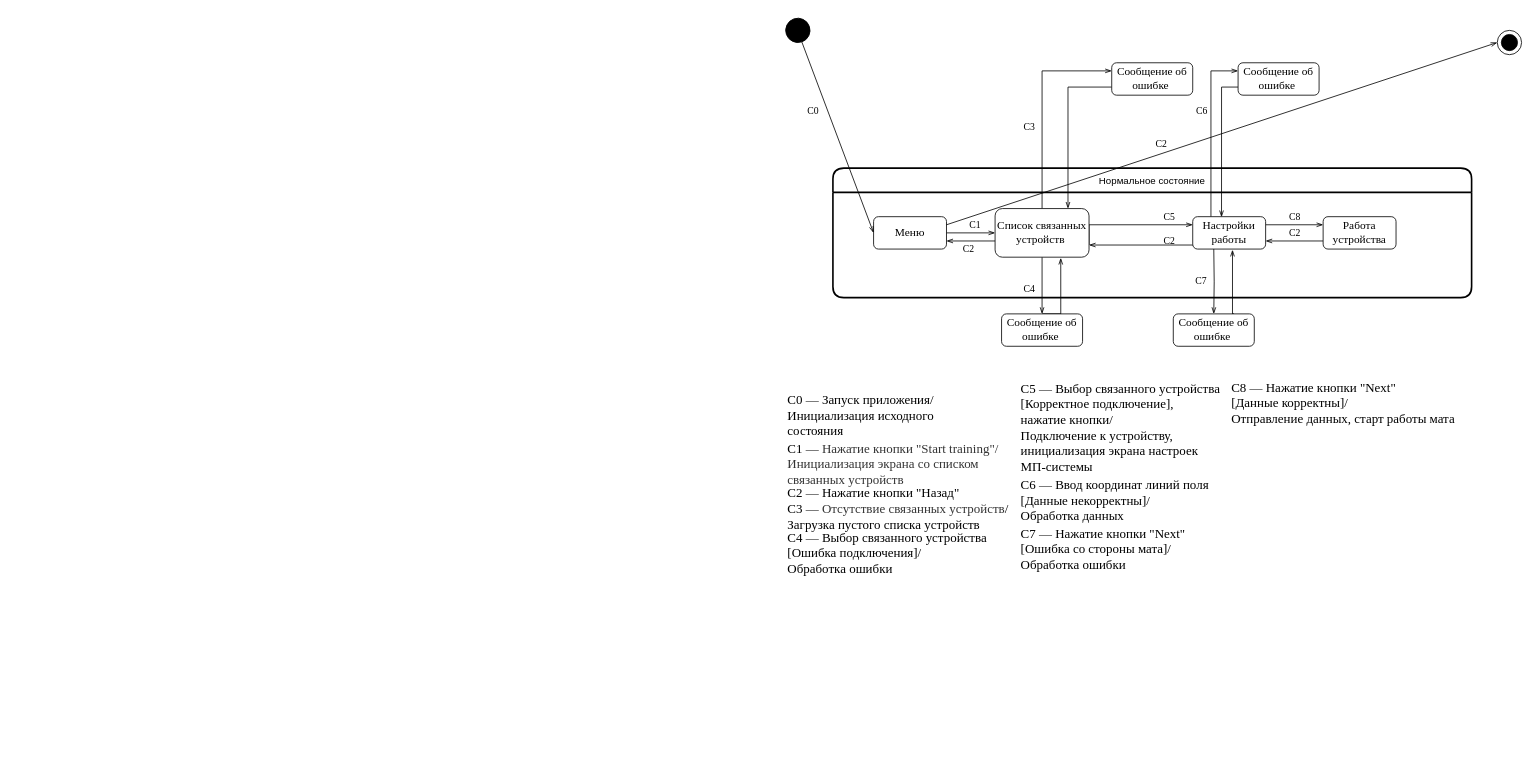
moroz-matros/badminton_training_diplom keeps this draw.io diagram as наброски/состояния интерфейса.drawio. Above is the earlier version. Source tidied: cells renumbered, new cells numbered last; positions are measured from the earlier drawing's top-left corner, leaving out a move shared by most shapes. Both pictures are drawn from the tidied source at 81%, with x=0, y=0 at pixel (786, 18).
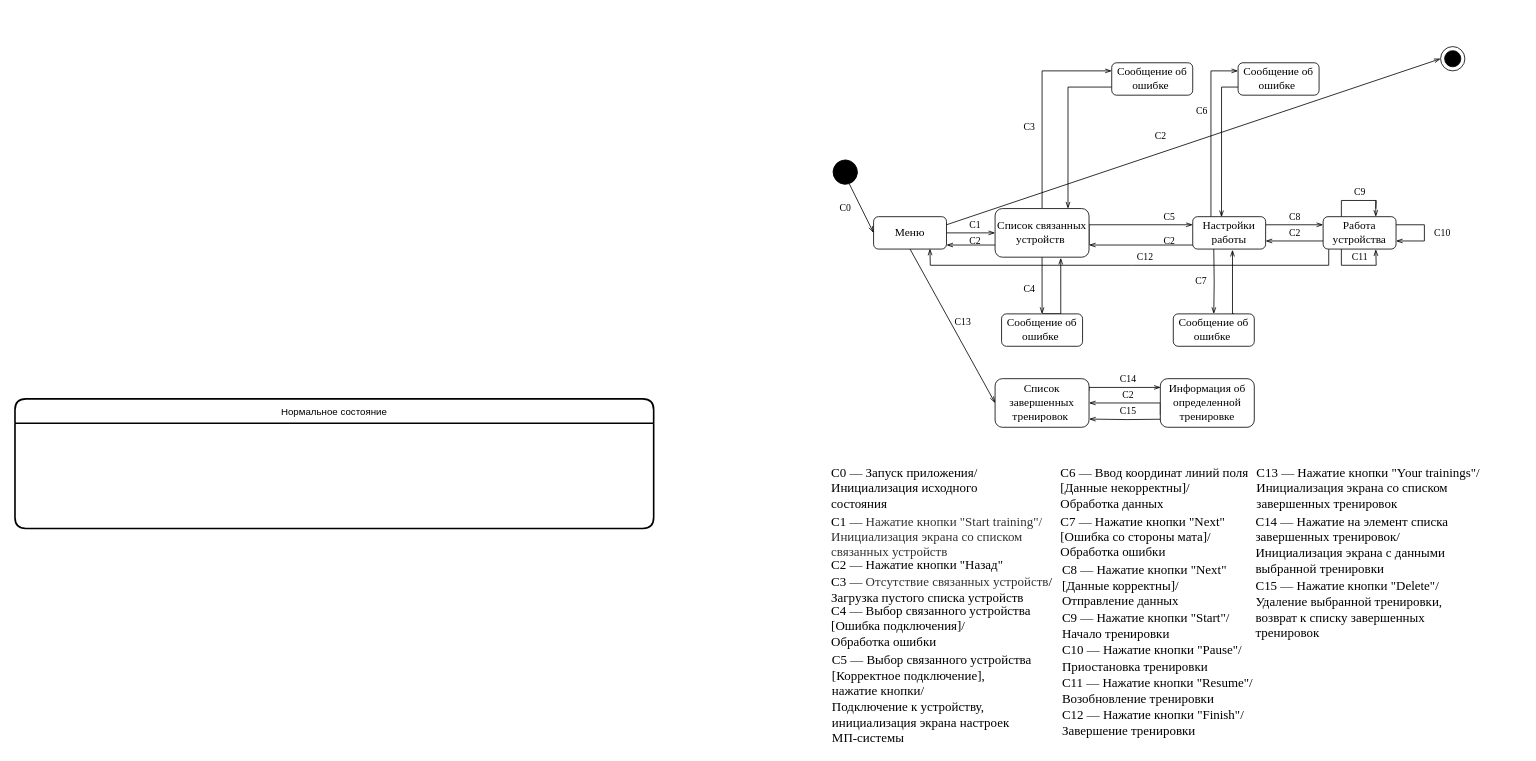
Above is the later version.

Unchanged cells that the change refers to:
```xml
<mxCell id="6" value="Меню" style="rounded=1;whiteSpace=wrap;html=1;fontFamily=Times New Roman;fontSize=14;" parent="1" vertex="1">
  <mxGeometry x="108" y="245" width="90" height="40" as="geometry" />
</mxCell>
<mxCell id="13" value="Список связанных устройств&amp;nbsp;" style="rounded=1;whiteSpace=wrap;html=1;fontFamily=Times New Roman;fontSize=14;" parent="1" vertex="1">
  <mxGeometry x="258" y="235" width="116" height="60" as="geometry" />
</mxCell>
<mxCell id="38" value="Работа устройства" style="rounded=1;whiteSpace=wrap;html=1;fontFamily=Times New Roman;fontSize=14;" parent="1" vertex="1">
  <mxGeometry x="663" y="245" width="90" height="40" as="geometry" />
</mxCell>
```

What changed in the source:
```diff
@@
     <mxCell id="2" style="ellipse;whiteSpace=wrap;html=1;" parent="1" vertex="1">
-      <mxGeometry x="878" y="15" width="30" height="30" as="geometry" />
+      <mxGeometry x="808" y="35" width="30" height="30" as="geometry" />
     </mxCell>
     <mxCell id="3" style="ellipse;whiteSpace=wrap;html=1;fillColor=#000000;" parent="1" vertex="1">
-      <mxGeometry x="883" y="20" width="20" height="20" as="geometry" />
+      <mxGeometry x="813" y="40" width="20" height="20" as="geometry" />
     </mxCell>
     <mxCell id="4" style="ellipse;whiteSpace=wrap;html=1;rotation=26;fillColor=#000000;" parent="1" vertex="1">
-      <mxGeometry x="-0.5" width="30" height="30" as="geometry" />
+      <mxGeometry x="58" y="175" width="30" height="30" as="geometry" />
     </mxCell>
@@
     <mxCell id="7" value="С0" style="text;html=1;align=center;verticalAlign=middle;fontSize=12;fontFamily=Times New Roman;" parent="1" vertex="1">
-      <mxGeometry x="18" y="105" width="30" height="20" as="geometry" />
+      <mxGeometry x="58" y="225" width="30" height="20" as="geometry" />
     </mxCell>
@@
-    <mxCell id="9" style="edgeStyle=orthogonalEdgeStyle;rounded=0;jettySize=auto;html=1;exitX=0;exitY=0.75;exitDx=0;exitDy=0;entryX=1;entryY=0.75;entryDx=0;entryDy=0;endArrow=openThin;endFill=0;fontFamily=Times New Roman;fontSize=12;" parent="1" edge="1" source="13" target="6">
+    <mxCell id="9" style="edgeStyle=orthogonalEdgeStyle;rounded=0;jettySize=auto;html=1;exitX=0;exitY=0.75;exitDx=0;exitDy=0;endArrow=openThin;endFill=0;fontFamily=Times New Roman;fontSize=12;" parent="1" edge="1" source="13">
       <mxGeometry relative="1" as="geometry">
+        <mxPoint x="198" y="280" as="targetPoint" />
         <Array as="points">
-          <mxPoint x="302" y="275" />
+          <mxPoint x="198" y="280" />
         </Array>
       </mxGeometry>
     </mxCell>
@@
     <mxCell id="19" value="С0&amp;nbsp;&lt;span style=&quot;color: rgb(51, 51, 51); font-size: 16px;&quot;&gt;&lt;font style=&quot;font-size: 16px;&quot;&gt;—&amp;nbsp;&lt;/font&gt;&lt;/span&gt;Запуск приложения/&lt;br style=&quot;font-size: 16px;&quot;&gt;Инициализация исходного&amp;nbsp;&lt;br style=&quot;font-size: 16px;&quot;&gt;состояния" style="text;html=1;align=left;verticalAlign=middle;fontSize=16;fontFamily=Times New Roman;" parent="1" vertex="1">
-      <mxGeometry x="-0.5" y="460" width="200" height="60" as="geometry" />
+      <mxGeometry x="53.8" y="550" width="200" height="60" as="geometry" />
     </mxCell>
     <mxCell id="20" value="С2&amp;nbsp;&lt;span style=&quot;color: rgb(51, 51, 51); font-size: 16px;&quot;&gt;&lt;font style=&quot;font-size: 16px;&quot;&gt;—&amp;nbsp;&lt;/font&gt;&lt;/span&gt;Нажатие кнопки &quot;Назад&quot;" style="text;html=1;align=left;verticalAlign=middle;fontSize=16;fontFamily=Times New Roman;" parent="1" vertex="1">
-      <mxGeometry x="-0.5" y="575" width="230" height="20" as="geometry" />
+      <mxGeometry x="53.8" y="665" width="230" height="20" as="geometry" />
     </mxCell>
     <mxCell id="21" value="С3&amp;nbsp;&lt;span style=&quot;color: rgb(51, 51, 51); font-size: 16px;&quot;&gt;&lt;font style=&quot;font-size: 16px;&quot;&gt;— Отсутствие связанных устройств&lt;/font&gt;&lt;/span&gt;/&lt;br style=&quot;font-size: 16px;&quot;&gt;Загрузка пустого списка устройств" style="text;html=1;align=left;verticalAlign=middle;fontSize=16;fontFamily=Times New Roman;" parent="1" vertex="1">
-      <mxGeometry x="-0.5" y="595" width="290" height="40" as="geometry" />
+      <mxGeometry x="53.8" y="685" width="290" height="40" as="geometry" />
     </mxCell>
     <mxCell id="22" value="С1&amp;nbsp;&lt;span style=&quot;color: rgb(51, 51, 51); font-size: 16px;&quot;&gt;&lt;font style=&quot;font-size: 16px;&quot;&gt;— Нажатие кнопки &quot;Start training&quot;/&lt;br style=&quot;font-size: 16px;&quot;&gt;Инициализация экрана со списком&amp;nbsp;&lt;br style=&quot;font-size: 16px;&quot;&gt;связанных устройств&lt;br style=&quot;font-size: 16px;&quot;&gt;&lt;/font&gt;&lt;/span&gt;" style="text;html=1;align=left;verticalAlign=middle;fontSize=16;fontFamily=Times New Roman;" parent="1" vertex="1">
-      <mxGeometry x="-0.5" y="520" width="280" height="60" as="geometry" />
+      <mxGeometry x="53.8" y="610" width="280" height="60" as="geometry" />
     </mxCell>
     <mxCell id="23" value="С5&amp;nbsp;&lt;span style=&quot;color: rgb(51 , 51 , 51) ; font-size: 16px&quot;&gt;&lt;font style=&quot;font-size: 16px&quot;&gt;—&amp;nbsp;&lt;/font&gt;&lt;/span&gt;Выбор связанного устройства&lt;br style=&quot;font-size: 16px&quot;&gt;[Корректное подключение], &lt;br&gt;нажатие кнопки/&lt;br style=&quot;font-size: 16px&quot;&gt;Подключение к устройству,&amp;nbsp;&lt;br style=&quot;font-size: 16px&quot;&gt;инициализация экрана настроек&lt;br style=&quot;font-size: 16px&quot;&gt;МП-системы" style="text;html=1;align=left;verticalAlign=middle;fontSize=16;fontFamily=Times New Roman;" parent="1" vertex="1">
-      <mxGeometry x="288" y="445" width="260" height="120" as="geometry" />
+      <mxGeometry x="54.5" y="780" width="260" height="120" as="geometry" />
     </mxCell>
     <mxCell id="24" value="С6&amp;nbsp;&lt;span style=&quot;color: rgb(51, 51, 51); font-size: 16px;&quot;&gt;&lt;font style=&quot;font-size: 16px;&quot;&gt;—&amp;nbsp;&lt;/font&gt;&lt;/span&gt;Ввод координат линий поля&lt;br style=&quot;font-size: 16px;&quot;&gt;[Данные некорректны]/&lt;br style=&quot;font-size: 16px;&quot;&gt;Обработка данных" style="text;html=1;align=left;verticalAlign=middle;fontSize=16;fontFamily=Times New Roman;" parent="1" vertex="1">
-      <mxGeometry x="288" y="565" width="250" height="60" as="geometry" />
+      <mxGeometry x="337.1" y="550" width="250" height="60" as="geometry" />
     </mxCell>
     <mxCell id="25" value="С2" style="text;html=1;align=center;verticalAlign=middle;fontSize=12;fontFamily=Times New Roman;" parent="1" vertex="1">
-      <mxGeometry x="209.5" y="275" width="30" height="20" as="geometry" />
+      <mxGeometry x="218" y="265" width="30" height="20" as="geometry" />
     </mxCell>
@@
     <mxCell id="28" value="С2" style="text;html=1;align=center;verticalAlign=middle;fontSize=12;fontFamily=Times New Roman;" parent="1" vertex="1">
-      <mxGeometry x="448" y="145" width="30" height="20" as="geometry" />
+      <mxGeometry x="447.1" y="135" width="30" height="20" as="geometry" />
     </mxCell>
@@
     <mxCell id="31" value="Нормальное состояние" style="swimlane;horizontal=1;startSize=30;rounded=1;fontSize=12;fontStyle=0;strokeWidth=2;shadow=0;dashed=0;align=center;fillColor=none;" parent="1" vertex="1">
-      <mxGeometry x="57.8" y="185" width="788.5" height="160" as="geometry" />
+      <mxGeometry x="-952" y="470" width="788.5" height="160" as="geometry" />
     </mxCell>
@@
+    <mxCell id="51" style="edgeStyle=orthogonalEdgeStyle;rounded=0;jettySize=auto;html=1;exitX=0.25;exitY=0;exitDx=0;exitDy=0;endArrow=none;endFill=0;" parent="1" edge="1" source="38">
+      <mxGeometry relative="1" as="geometry">
+        <mxPoint x="728" y="235" as="targetPoint" />
+      </mxGeometry>
+    </mxCell>
+    <mxCell id="52" style="edgeStyle=orthogonalEdgeStyle;rounded=0;jettySize=auto;html=1;exitX=0.25;exitY=1;exitDx=0;exitDy=0;endArrow=openThin;endFill=0;" parent="1" edge="1" source="38">
+      <mxGeometry relative="1" as="geometry">
+        <mxPoint x="728" y="285.3" as="targetPoint" />
+      </mxGeometry>
+    </mxCell>
+    <mxCell id="53" style="edgeStyle=orthogonalEdgeStyle;rounded=0;orthogonalLoop=1;jettySize=auto;html=1;exitX=1;exitY=0.25;exitDx=0;exitDy=0;endArrow=openThin;endFill=0;entryX=1;entryY=0.75;entryDx=0;entryDy=0;" parent="1" edge="1" source="38" target="38">
+      <mxGeometry relative="1" as="geometry">
+        <Array as="points">
+          <mxPoint x="788" y="255" />
+          <mxPoint x="788" y="275" />
+        </Array>
+      </mxGeometry>
+    </mxCell>
+    <mxCell id="54" style="edgeStyle=orthogonalEdgeStyle;rounded=0;jettySize=auto;html=1;exitX=0.077;exitY=1.008;exitDx=0;exitDy=0;endArrow=none;endFill=0;exitPerimeter=0;" parent="1" edge="1" source="38">
+      <mxGeometry relative="1" as="geometry">
+        <mxPoint x="178" y="305" as="targetPoint" />
+        <Array as="points">
+          <mxPoint x="670" y="305" />
+          <mxPoint x="428" y="305" />
+        </Array>
+      </mxGeometry>
+    </mxCell>
@@
-    <mxCell id="41" value="С8&amp;nbsp;&lt;span style=&quot;color: rgb(51, 51, 51); font-size: 16px;&quot;&gt;&lt;font style=&quot;font-size: 16px;&quot;&gt;—&amp;nbsp;&lt;/font&gt;&lt;/span&gt;Нажатие кнопки &quot;Next&quot;&lt;br style=&quot;font-size: 16px;&quot;&gt;[Данные корректны]/&lt;br style=&quot;font-size: 16px;&quot;&gt;Отправление данных, старт работы мата" style="text;html=1;align=left;verticalAlign=middle;fontSize=16;fontFamily=Times New Roman;" parent="1" vertex="1">
-      <mxGeometry x="548" y="445" width="290" height="60" as="geometry" />
+    <mxCell id="41" value="С8&amp;nbsp;&lt;span style=&quot;color: rgb(51 , 51 , 51) ; font-size: 16px&quot;&gt;&lt;font style=&quot;font-size: 16px&quot;&gt;—&amp;nbsp;&lt;/font&gt;&lt;/span&gt;Нажатие кнопки &quot;Next&quot;&lt;br style=&quot;font-size: 16px&quot;&gt;[Данные корректны]/&lt;br style=&quot;font-size: 16px&quot;&gt;Отправление данных" style="text;html=1;align=left;verticalAlign=middle;fontSize=16;fontFamily=Times New Roman;" parent="1" vertex="1">
+      <mxGeometry x="338.9" y="670" width="220" height="60" as="geometry" />
     </mxCell>
     <mxCell id="42" value="С4&amp;nbsp;&lt;span style=&quot;color: rgb(51, 51, 51); font-size: 16px;&quot;&gt;&lt;font style=&quot;font-size: 16px;&quot;&gt;—&amp;nbsp;&lt;/font&gt;&lt;/span&gt;Выбор связанного устройства&lt;br style=&quot;font-size: 16px;&quot;&gt;[Ошибка подключения]/&lt;br style=&quot;font-size: 16px;&quot;&gt;Обработка ошибки" style="text;html=1;align=left;verticalAlign=middle;fontSize=16;fontFamily=Times New Roman;" parent="1" vertex="1">
-      <mxGeometry x="-0.5" y="630" width="260" height="60" as="geometry" />
+      <mxGeometry x="53.8" y="720" width="260" height="60" as="geometry" />
     </mxCell>
@@
     <mxCell id="46" value="С7&amp;nbsp;&lt;span style=&quot;color: rgb(51, 51, 51); font-size: 16px;&quot;&gt;&lt;font style=&quot;font-size: 16px;&quot;&gt;—&amp;nbsp;&lt;/font&gt;&lt;/span&gt;Нажатие кнопки &quot;Next&quot;&lt;br style=&quot;font-size: 16px;&quot;&gt;[Ошибка со стороны мата]/&lt;br style=&quot;font-size: 16px;&quot;&gt;Обработка ошибки" style="text;html=1;align=left;verticalAlign=middle;fontSize=16;fontFamily=Times New Roman;" parent="1" vertex="1">
-      <mxGeometry x="288" y="625" width="220" height="60" as="geometry" />
+      <mxGeometry x="337.1" y="610" width="220" height="60" as="geometry" />
     </mxCell>
@@
+    <mxCell id="55" style="edgeStyle=orthogonalEdgeStyle;rounded=0;jettySize=auto;html=1;exitX=1;exitY=0.25;exitDx=0;exitDy=0;entryX=0.003;entryY=0.18;entryDx=0;entryDy=0;endArrow=openThin;endFill=0;entryPerimeter=0;" parent="1" edge="1" source="56" target="59">
+      <mxGeometry relative="1" as="geometry">
+        <Array as="points">
+          <mxPoint x="374" y="455" />
+          <mxPoint x="462" y="455" />
+        </Array>
+      </mxGeometry>
+    </mxCell>
+    <mxCell id="56" value="Список завершенных тренировок&amp;nbsp;" style="rounded=1;whiteSpace=wrap;html=1;fontFamily=Times New Roman;fontSize=14;" parent="1" vertex="1">
+      <mxGeometry x="258" y="445" width="116" height="60" as="geometry" />
+    </mxCell>
+    <mxCell id="57" style="edgeStyle=orthogonalEdgeStyle;rounded=0;jettySize=auto;html=1;exitX=0;exitY=0.75;exitDx=0;exitDy=0;endArrow=openThin;endFill=0;entryX=1;entryY=0.5;entryDx=0;entryDy=0;" parent="1" edge="1" source="59" target="56">
+      <mxGeometry relative="1" as="geometry">
+        <Array as="points">
+          <mxPoint x="462" y="475" />
+        </Array>
+      </mxGeometry>
+    </mxCell>
+    <mxCell id="58" style="edgeStyle=orthogonalEdgeStyle;rounded=0;jettySize=auto;html=1;entryX=1.001;entryY=0.831;entryDx=0;entryDy=0;endArrow=openThin;endFill=0;entryPerimeter=0;" parent="1" edge="1" target="56">
+      <mxGeometry relative="1" as="geometry">
+        <mxPoint x="468" y="495" as="sourcePoint" />
+      </mxGeometry>
+    </mxCell>
+    <mxCell id="59" value="Информация об определенной тренировке" style="rounded=1;whiteSpace=wrap;html=1;fontFamily=Times New Roman;fontSize=14;" parent="1" vertex="1">
+      <mxGeometry x="462" y="445" width="116" height="60" as="geometry" />
+    </mxCell>
+    <mxCell id="60" style="endArrow=openThin;html=1;fontFamily=Times New Roman;fontSize=12;endFill=0;exitX=0.5;exitY=1;exitDx=0;exitDy=0;" parent="1" edge="1" source="6">
+      <mxGeometry relative="1" as="geometry">
+        <mxPoint x="258" y="475" as="targetPoint" />
+      </mxGeometry>
+    </mxCell>
+    <mxCell id="61" style="endArrow=openThin;html=1;rounded=0;endFill=0;" parent="1" edge="1">
+      <mxGeometry relative="1" as="geometry">
+        <mxPoint x="728" y="225" as="sourcePoint" />
+        <mxPoint x="728" y="245" as="targetPoint" />
+      </mxGeometry>
+    </mxCell>
+    <mxCell id="62" value="C9" style="text;html=1;align=center;verticalAlign=middle;fontSize=12;fontFamily=Times New Roman;" parent="1" vertex="1">
+      <mxGeometry x="693" y="205" width="30" height="20" as="geometry" />
+    </mxCell>
+    <mxCell id="63" value="C10" style="text;html=1;align=center;verticalAlign=middle;fontSize=12;fontFamily=Times New Roman;" parent="1" vertex="1">
+      <mxGeometry x="790" y="255" width="40" height="20" as="geometry" />
+    </mxCell>
+    <mxCell id="64" value="C11" style="text;html=1;align=center;verticalAlign=middle;fontSize=12;fontFamily=Times New Roman;" parent="1" vertex="1">
+      <mxGeometry x="693" y="285" width="30" height="20" as="geometry" />
+    </mxCell>
+    <mxCell id="65" style="endArrow=openThin;html=1;rounded=0;endFill=0;entryX=0.773;entryY=0.989;entryDx=0;entryDy=0;entryPerimeter=0;" parent="1" edge="1" target="6">
+      <mxGeometry relative="1" as="geometry">
+        <mxPoint x="178" y="305" as="sourcePoint" />
+      </mxGeometry>
+    </mxCell>
+    <mxCell id="66" value="C12" style="text;html=1;align=center;verticalAlign=middle;fontSize=12;fontFamily=Times New Roman;" parent="1" vertex="1">
+      <mxGeometry x="423" y="285" width="40" height="20" as="geometry" />
+    </mxCell>
+    <mxCell id="67" value="С9&amp;nbsp;&lt;span style=&quot;color: rgb(51 , 51 , 51) ; font-size: 16px&quot;&gt;&lt;font style=&quot;font-size: 16px&quot;&gt;—&amp;nbsp;&lt;/font&gt;&lt;/span&gt;Нажатие кнопки &quot;Start&quot;/&lt;br style=&quot;font-size: 16px&quot;&gt;Начало тренировки" style="text;html=1;align=left;verticalAlign=middle;fontSize=16;fontFamily=Times New Roman;" parent="1" vertex="1">
+      <mxGeometry x="338.9" y="730" width="220" height="40" as="geometry" />
+    </mxCell>
+    <mxCell id="68" value="С10&amp;nbsp;&lt;span style=&quot;color: rgb(51 , 51 , 51) ; font-size: 16px&quot;&gt;&lt;font style=&quot;font-size: 16px&quot;&gt;—&amp;nbsp;&lt;/font&gt;&lt;/span&gt;Нажатие кнопки &quot;Pause&quot;/&lt;br style=&quot;font-size: 16px&quot;&gt;Приостановка тренировки" style="text;html=1;align=left;verticalAlign=middle;fontSize=16;fontFamily=Times New Roman;" parent="1" vertex="1">
+      <mxGeometry x="338.9" y="770" width="240" height="40" as="geometry" />
+    </mxCell>
+    <mxCell id="69" value="С11&amp;nbsp;&lt;span style=&quot;color: rgb(51 , 51 , 51) ; font-size: 16px&quot;&gt;&lt;font style=&quot;font-size: 16px&quot;&gt;—&amp;nbsp;&lt;/font&gt;&lt;/span&gt;Нажатие кнопки &quot;Resume&quot;/&lt;br style=&quot;font-size: 16px&quot;&gt;Возобновление тренировки" style="text;html=1;align=left;verticalAlign=middle;fontSize=16;fontFamily=Times New Roman;" parent="1" vertex="1">
+      <mxGeometry x="338.9" y="810" width="250" height="40" as="geometry" />
+    </mxCell>
+    <mxCell id="70" value="С12&amp;nbsp;&lt;span style=&quot;color: rgb(51 , 51 , 51) ; font-size: 16px&quot;&gt;&lt;font style=&quot;font-size: 16px&quot;&gt;—&amp;nbsp;&lt;/font&gt;&lt;/span&gt;Нажатие кнопки &quot;Finish&quot;/&lt;br style=&quot;font-size: 16px&quot;&gt;Завершение тренировки" style="text;html=1;align=left;verticalAlign=middle;fontSize=16;fontFamily=Times New Roman;" parent="1" vertex="1">
+      <mxGeometry x="338.9" y="850" width="240" height="40" as="geometry" />
+    </mxCell>
+    <mxCell id="71" value="C13" style="text;html=1;align=center;verticalAlign=middle;fontSize=12;fontFamily=Times New Roman;" parent="1" vertex="1">
+      <mxGeometry x="198" y="365" width="40" height="20" as="geometry" />
+    </mxCell>
+    <mxCell id="72" value="C14" style="text;html=1;align=center;verticalAlign=middle;fontSize=12;fontFamily=Times New Roman;" parent="1" vertex="1">
+      <mxGeometry x="402" y="435" width="40" height="20" as="geometry" />
+    </mxCell>
+    <mxCell id="73" value="C2" style="text;html=1;align=center;verticalAlign=middle;fontSize=12;fontFamily=Times New Roman;" parent="1" vertex="1">
+      <mxGeometry x="407" y="455" width="30" height="20" as="geometry" />
+    </mxCell>
+    <mxCell id="74" value="C15" style="text;html=1;align=center;verticalAlign=middle;fontSize=12;fontFamily=Times New Roman;" parent="1" vertex="1">
+      <mxGeometry x="402" y="475" width="40" height="20" as="geometry" />
+    </mxCell>
+    <mxCell id="75" value="С13&amp;nbsp;&lt;span style=&quot;color: rgb(51 , 51 , 51) ; font-size: 16px&quot;&gt;&lt;font style=&quot;font-size: 16px&quot;&gt;—&amp;nbsp;&lt;/font&gt;&lt;/span&gt;Нажатие кнопки &quot;Your trainings&quot;/&lt;br style=&quot;font-size: 16px&quot;&gt;Инициализация экрана со списком&amp;nbsp;&lt;br&gt;завершенных тренировок" style="text;html=1;align=left;verticalAlign=middle;fontSize=16;fontFamily=Times New Roman;" parent="1" vertex="1">
+      <mxGeometry x="578.9" y="550" width="290" height="60" as="geometry" />
+    </mxCell>
+    <mxCell id="76" value="С14&amp;nbsp;&lt;span style=&quot;color: rgb(51 , 51 , 51) ; font-size: 16px&quot;&gt;&lt;font style=&quot;font-size: 16px&quot;&gt;—&amp;nbsp;&lt;/font&gt;&lt;/span&gt;Нажатие на элемент списка &lt;br&gt;завершенных тренировок/&lt;br style=&quot;font-size: 16px&quot;&gt;Инициализация экрана с данными&amp;nbsp;&lt;br&gt;выбранной тренировки&lt;br&gt;" style="text;html=1;align=left;verticalAlign=middle;fontSize=16;fontFamily=Times New Roman;" parent="1" vertex="1">
+      <mxGeometry x="578" y="610" width="250" height="80" as="geometry" />
+    </mxCell>
+    <mxCell id="77" value="С15&amp;nbsp;&lt;span style=&quot;color: rgb(51 , 51 , 51) ; font-size: 16px&quot;&gt;&lt;font style=&quot;font-size: 16px&quot;&gt;—&amp;nbsp;&lt;/font&gt;&lt;/span&gt;Нажатие кнопки &quot;Delete&quot;/&lt;br style=&quot;font-size: 16px&quot;&gt;Удаление выбранной тренировки,&lt;br&gt;возврат к списку завершенных&amp;nbsp;&lt;br&gt;тренировок" style="text;html=1;align=left;verticalAlign=middle;fontSize=16;fontFamily=Times New Roman;" parent="1" vertex="1">
+      <mxGeometry x="578" y="690" width="250" height="80" as="geometry" />
+    </mxCell>
```
